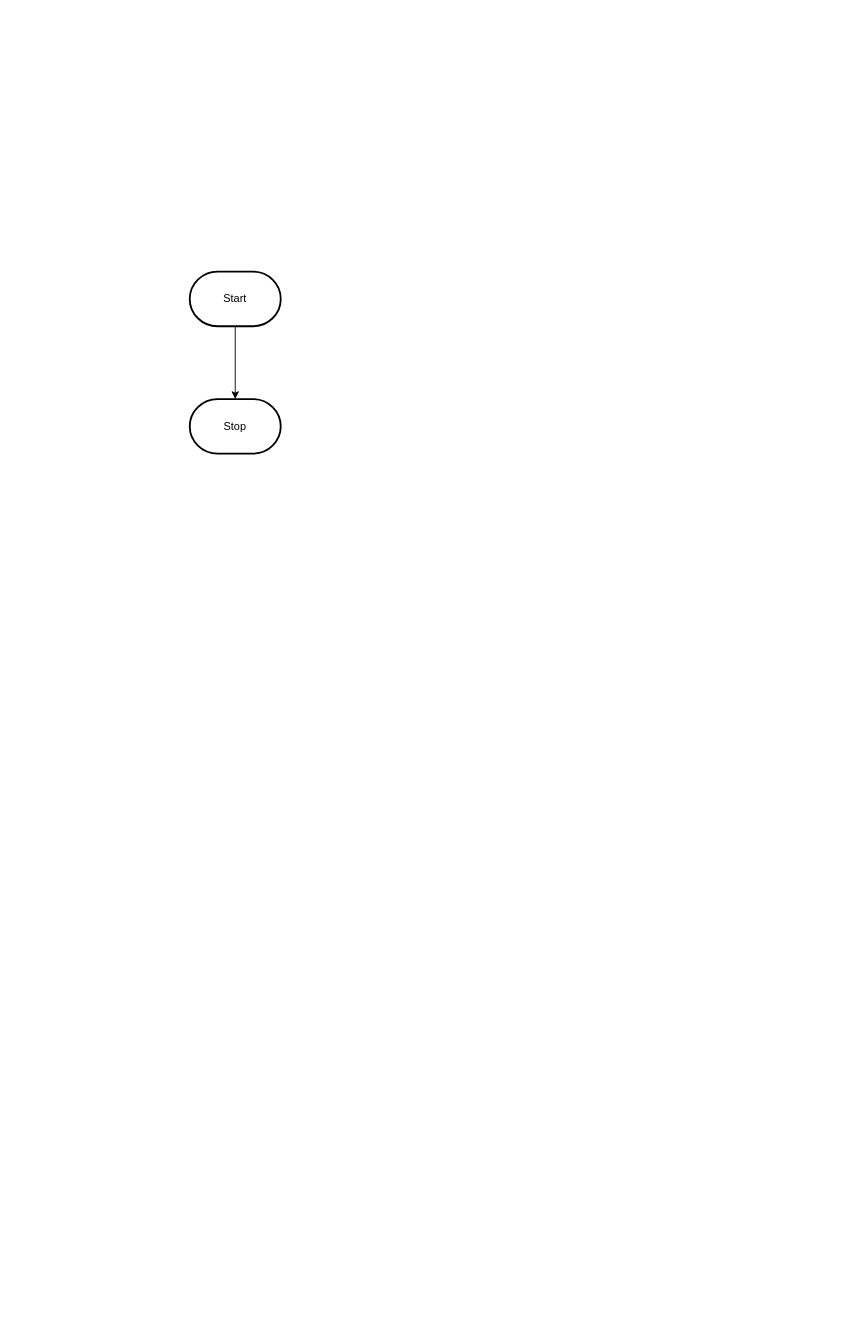
Before: design/flowchart.drawio in david-ezenwa/ICD2O-PWA-Test, a draw.io diagram. Source tidied: cells renumbered, new cells numbered last; positions are measured from the earlier drawing's top-left corner, leaving out a move shared by most shapes. Both pictures are drawn from the tidied source at 91%, with x=0, y=0 at pixel (189, 271).
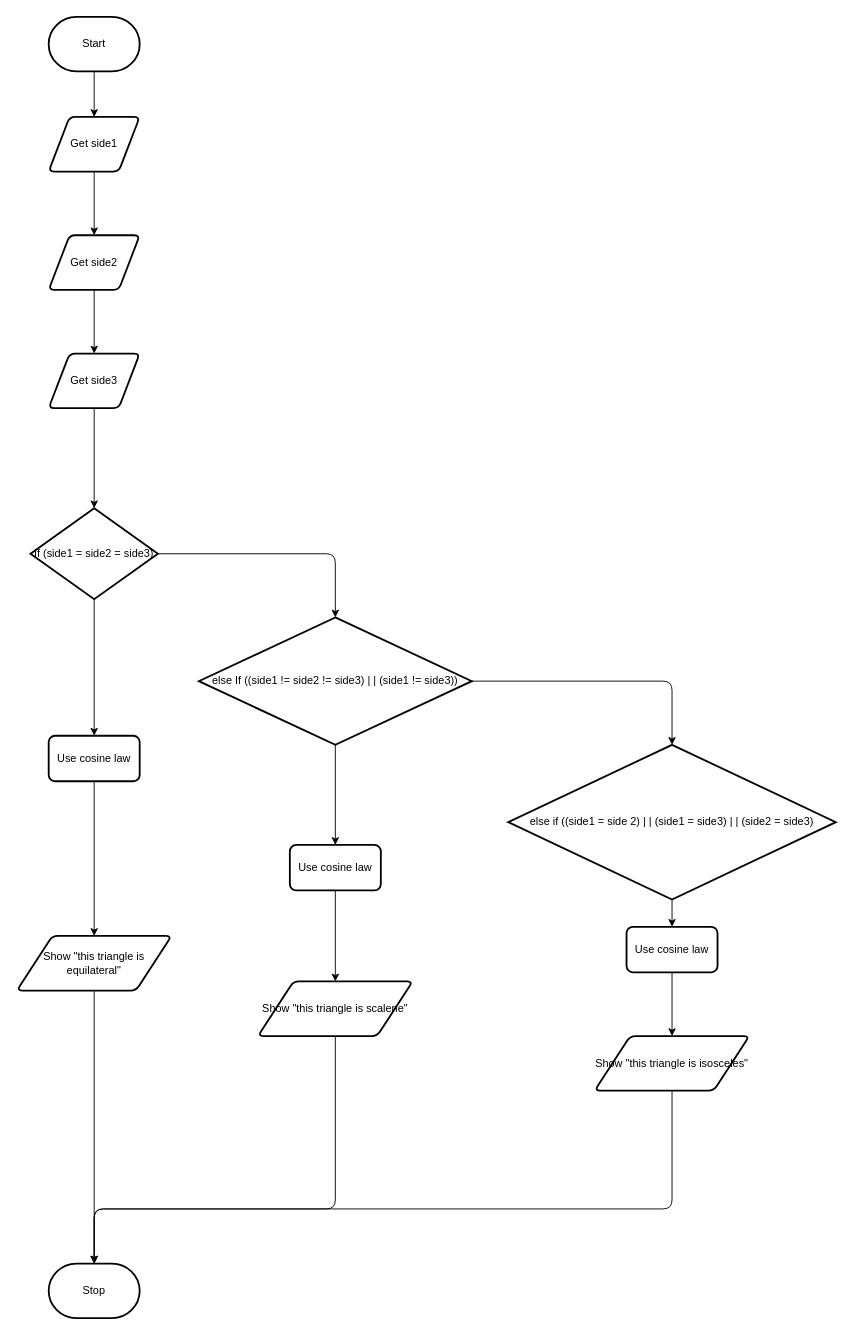
The same diagram, later.

Change to the diagram source:
```diff
@@
-    <mxCell id="2" style="edgeStyle=orthogonalEdgeStyle;html=1;rounded=0;" parent="1" edge="1" source="3" target="4">
-      <mxGeometry relative="1" as="geometry" />
-    </mxCell>
+    <mxCell id="5" style="edgeStyle=none;html=1;entryX=0.5;entryY=0;entryDx=0;entryDy=0;" parent="1" edge="1" source="3" target="8">
+      <mxGeometry relative="1" as="geometry" />
+    </mxCell>
     <mxCell id="3" value="Start" style="strokeWidth=2;html=1;shape=mxgraph.flowchart.terminator;whiteSpace=wrap;" parent="1" vertex="1">
-      <mxGeometry width="100" height="60" as="geometry" />
+      <mxGeometry x="-155" y="-280" width="100" height="60" as="geometry" />
     </mxCell>
     <mxCell id="4" value="Stop" style="strokeWidth=2;html=1;shape=mxgraph.flowchart.terminator;whiteSpace=wrap;" parent="1" vertex="1">
-      <mxGeometry y="140" width="100" height="60" as="geometry" />
+      <mxGeometry x="-155" y="1090" width="100" height="60" as="geometry" />
     </mxCell>
+    <mxCell id="6" style="edgeStyle=none;html=1;" parent="1" edge="1" source="2" target="10">
+      <mxGeometry relative="1" as="geometry" />
+    </mxCell>
+    <mxCell id="2" value="Get side2" style="shape=parallelogram;html=1;strokeWidth=2;perimeter=parallelogramPerimeter;whiteSpace=wrap;rounded=1;arcSize=12;size=0.23;" parent="1" vertex="1">
+      <mxGeometry x="-155" y="-40" width="100" height="60" as="geometry" />
+    </mxCell>
+    <mxCell id="7" style="edgeStyle=none;html=1;" parent="1" edge="1" source="8" target="2">
+      <mxGeometry relative="1" as="geometry" />
+    </mxCell>
+    <mxCell id="8" value="Get side1" style="shape=parallelogram;html=1;strokeWidth=2;perimeter=parallelogramPerimeter;whiteSpace=wrap;rounded=1;arcSize=12;size=0.23;" parent="1" vertex="1">
+      <mxGeometry x="-155" y="-170" width="100" height="60" as="geometry" />
+    </mxCell>
+    <mxCell id="9" style="edgeStyle=none;html=1;" parent="1" edge="1" source="10" target="13">
+      <mxGeometry relative="1" as="geometry" />
+    </mxCell>
+    <mxCell id="10" value="Get side3" style="shape=parallelogram;html=1;strokeWidth=2;perimeter=parallelogramPerimeter;whiteSpace=wrap;rounded=1;arcSize=12;size=0.23;" parent="1" vertex="1">
+      <mxGeometry x="-155" y="90" width="100" height="60" as="geometry" />
+    </mxCell>
+    <mxCell id="11" style="edgeStyle=none;html=1;entryX=0.5;entryY=0;entryDx=0;entryDy=0;" parent="1" edge="1" source="13" target="15">
+      <mxGeometry relative="1" as="geometry" />
+    </mxCell>
+    <mxCell id="12" style="edgeStyle=none;html=1;entryX=0.5;entryY=0;entryDx=0;entryDy=0;entryPerimeter=0;" parent="1" edge="1" source="13" target="20">
+      <mxGeometry relative="1" as="geometry">
+        <Array as="points">
+          <mxPoint x="160" y="310" />
+        </Array>
+      </mxGeometry>
+    </mxCell>
+    <mxCell id="13" value="If (side1 = side2 = side3)" style="strokeWidth=2;html=1;shape=mxgraph.flowchart.decision;whiteSpace=wrap;" parent="1" vertex="1">
+      <mxGeometry x="-175" y="260" width="140" height="100" as="geometry" />
+    </mxCell>
+    <mxCell id="14" style="edgeStyle=none;html=1;entryX=0.5;entryY=0;entryDx=0;entryDy=0;" parent="1" edge="1" source="15" target="17">
+      <mxGeometry relative="1" as="geometry" />
+    </mxCell>
+    <mxCell id="15" value="Use cosine law" style="rounded=1;whiteSpace=wrap;html=1;absoluteArcSize=1;arcSize=14;strokeWidth=2;" parent="1" vertex="1">
+      <mxGeometry x="-155" y="510" width="100" height="50" as="geometry" />
+    </mxCell>
+    <mxCell id="16" style="edgeStyle=none;html=1;" parent="1" edge="1" source="17" target="4">
+      <mxGeometry relative="1" as="geometry" />
+    </mxCell>
+    <mxCell id="17" value="Show &quot;this triangle is equilateral&quot;" style="shape=parallelogram;html=1;strokeWidth=2;perimeter=parallelogramPerimeter;whiteSpace=wrap;rounded=1;arcSize=12;size=0.23;" parent="1" vertex="1">
+      <mxGeometry x="-190" y="730" width="170" height="60" as="geometry" />
+    </mxCell>
+    <mxCell id="18" style="edgeStyle=none;html=1;entryX=0.5;entryY=0;entryDx=0;entryDy=0;entryPerimeter=0;exitX=1;exitY=0.5;exitDx=0;exitDy=0;exitPerimeter=0;" parent="1" edge="1" source="20" target="22">
+      <mxGeometry relative="1" as="geometry">
+        <Array as="points">
+          <mxPoint x="530" y="450" />
+        </Array>
+      </mxGeometry>
+    </mxCell>
+    <mxCell id="19" style="edgeStyle=none;html=1;entryX=0.5;entryY=0;entryDx=0;entryDy=0;" parent="1" edge="1" source="20" target="24">
+      <mxGeometry relative="1" as="geometry" />
+    </mxCell>
+    <mxCell id="20" value="else If ((side1 != side2 != side3) | | (side1 != side3))" style="strokeWidth=2;html=1;shape=mxgraph.flowchart.decision;whiteSpace=wrap;" parent="1" vertex="1">
+      <mxGeometry x="10" y="380" width="300" height="140" as="geometry" />
+    </mxCell>
+    <mxCell id="21" style="edgeStyle=none;html=1;entryX=0.5;entryY=0;entryDx=0;entryDy=0;" parent="1" edge="1" source="22" target="30">
+      <mxGeometry relative="1" as="geometry" />
+    </mxCell>
+    <mxCell id="22" value="else if ((side1 = side 2) | | (side1 = side3) | | (side2 = side3)" style="strokeWidth=2;html=1;shape=mxgraph.flowchart.decision;whiteSpace=wrap;" parent="1" vertex="1">
+      <mxGeometry x="350" y="520" width="360" height="170" as="geometry" />
+    </mxCell>
+    <mxCell id="23" style="edgeStyle=none;html=1;entryX=0.5;entryY=0;entryDx=0;entryDy=0;" parent="1" edge="1" source="24" target="26">
+      <mxGeometry relative="1" as="geometry" />
+    </mxCell>
+    <mxCell id="24" value="Use cosine law" style="rounded=1;whiteSpace=wrap;html=1;absoluteArcSize=1;arcSize=14;strokeWidth=2;" parent="1" vertex="1">
+      <mxGeometry x="110" y="630" width="100" height="50" as="geometry" />
+    </mxCell>
+    <mxCell id="25" style="edgeStyle=none;html=1;entryX=0.5;entryY=0;entryDx=0;entryDy=0;entryPerimeter=0;" parent="1" edge="1" source="26" target="4">
+      <mxGeometry relative="1" as="geometry">
+        <Array as="points">
+          <mxPoint x="160" y="1030" />
+          <mxPoint x="-105" y="1030" />
+        </Array>
+      </mxGeometry>
+    </mxCell>
+    <mxCell id="26" value="Show &quot;this triangle is scalene&quot;" style="shape=parallelogram;html=1;strokeWidth=2;perimeter=parallelogramPerimeter;whiteSpace=wrap;rounded=1;arcSize=12;size=0.23;" parent="1" vertex="1">
+      <mxGeometry x="75" y="780" width="170" height="60" as="geometry" />
+    </mxCell>
+    <mxCell id="27" style="edgeStyle=none;html=1;entryX=0.5;entryY=0;entryDx=0;entryDy=0;entryPerimeter=0;" parent="1" edge="1" source="28" target="4">
+      <mxGeometry relative="1" as="geometry">
+        <Array as="points">
+          <mxPoint x="530" y="1030" />
+          <mxPoint x="-105" y="1030" />
+        </Array>
+      </mxGeometry>
+    </mxCell>
+    <mxCell id="28" value="Show &quot;this triangle is isosceles&quot;" style="shape=parallelogram;html=1;strokeWidth=2;perimeter=parallelogramPerimeter;whiteSpace=wrap;rounded=1;arcSize=12;size=0.23;" parent="1" vertex="1">
+      <mxGeometry x="445" y="840" width="170" height="60" as="geometry" />
+    </mxCell>
+    <mxCell id="29" style="edgeStyle=none;html=1;entryX=0.5;entryY=0;entryDx=0;entryDy=0;" parent="1" edge="1" source="30" target="28">
+      <mxGeometry relative="1" as="geometry" />
+    </mxCell>
+    <mxCell id="30" value="Use cosine law" style="rounded=1;whiteSpace=wrap;html=1;absoluteArcSize=1;arcSize=14;strokeWidth=2;" parent="1" vertex="1">
+      <mxGeometry x="480" y="720" width="100" height="50" as="geometry" />
+    </mxCell>
```
